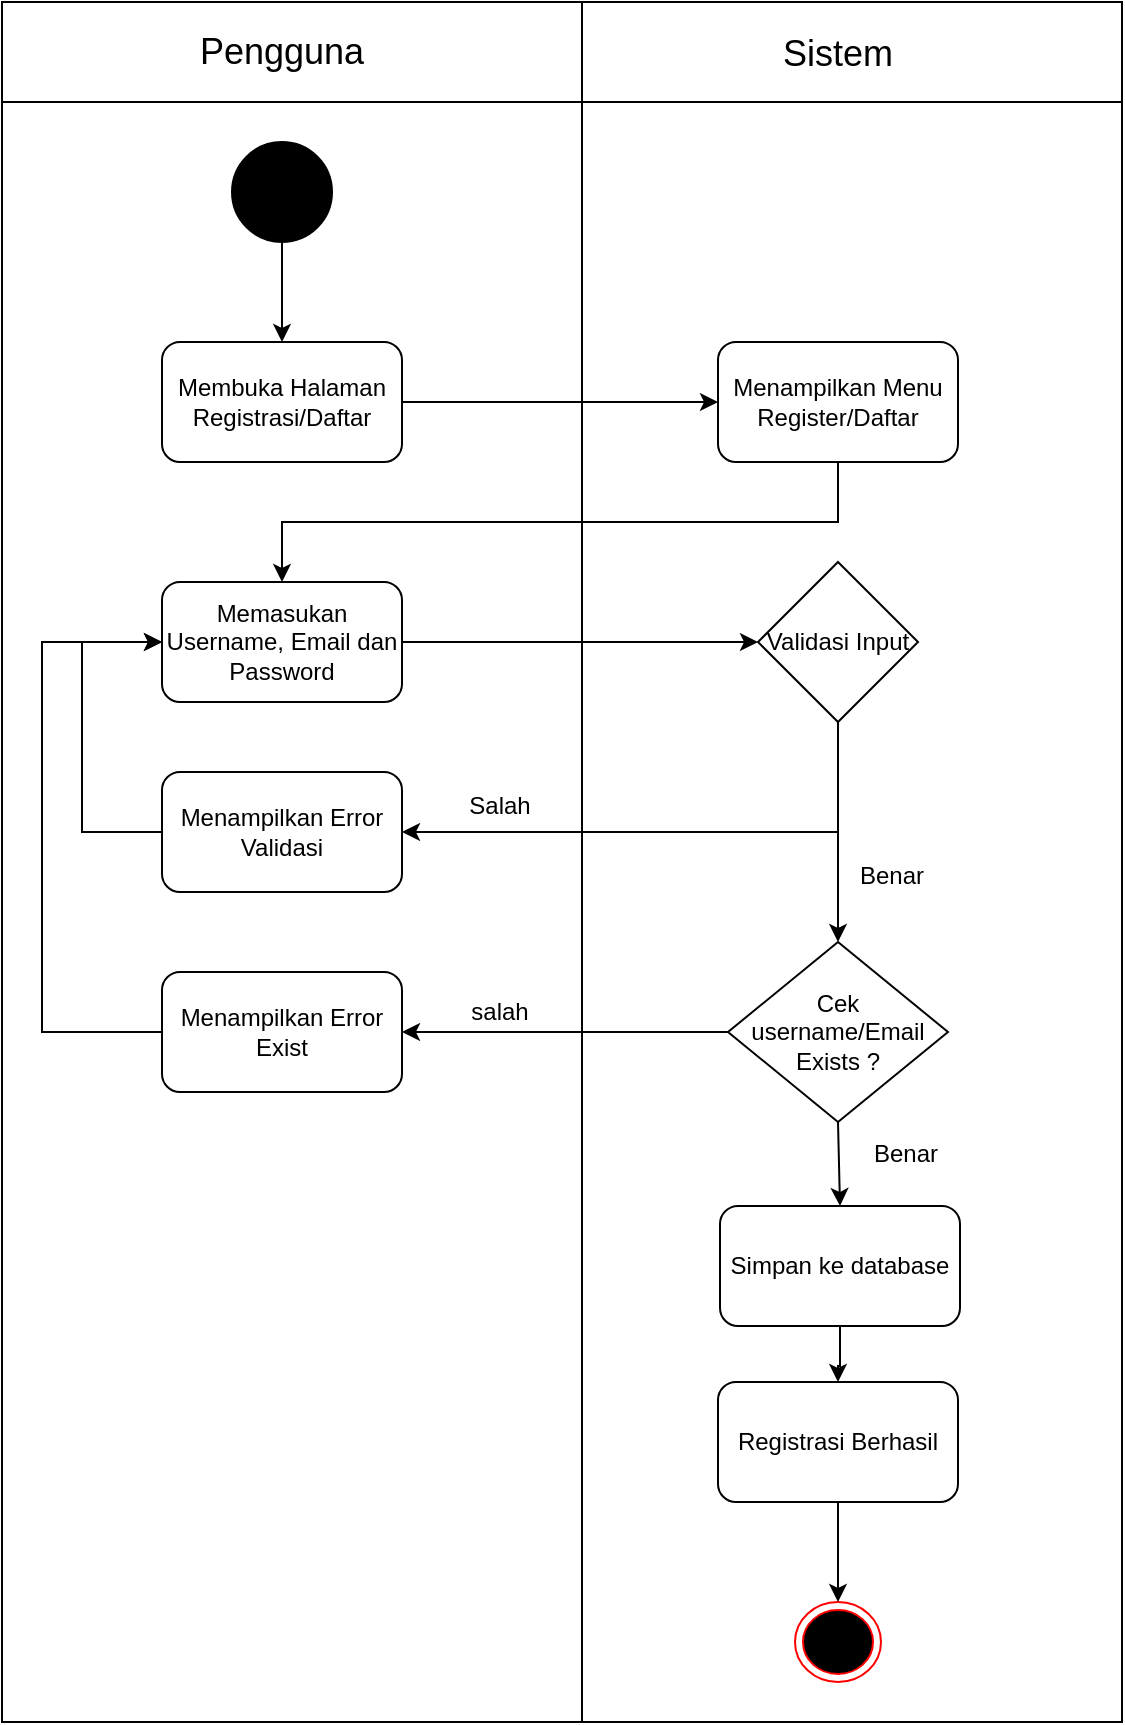
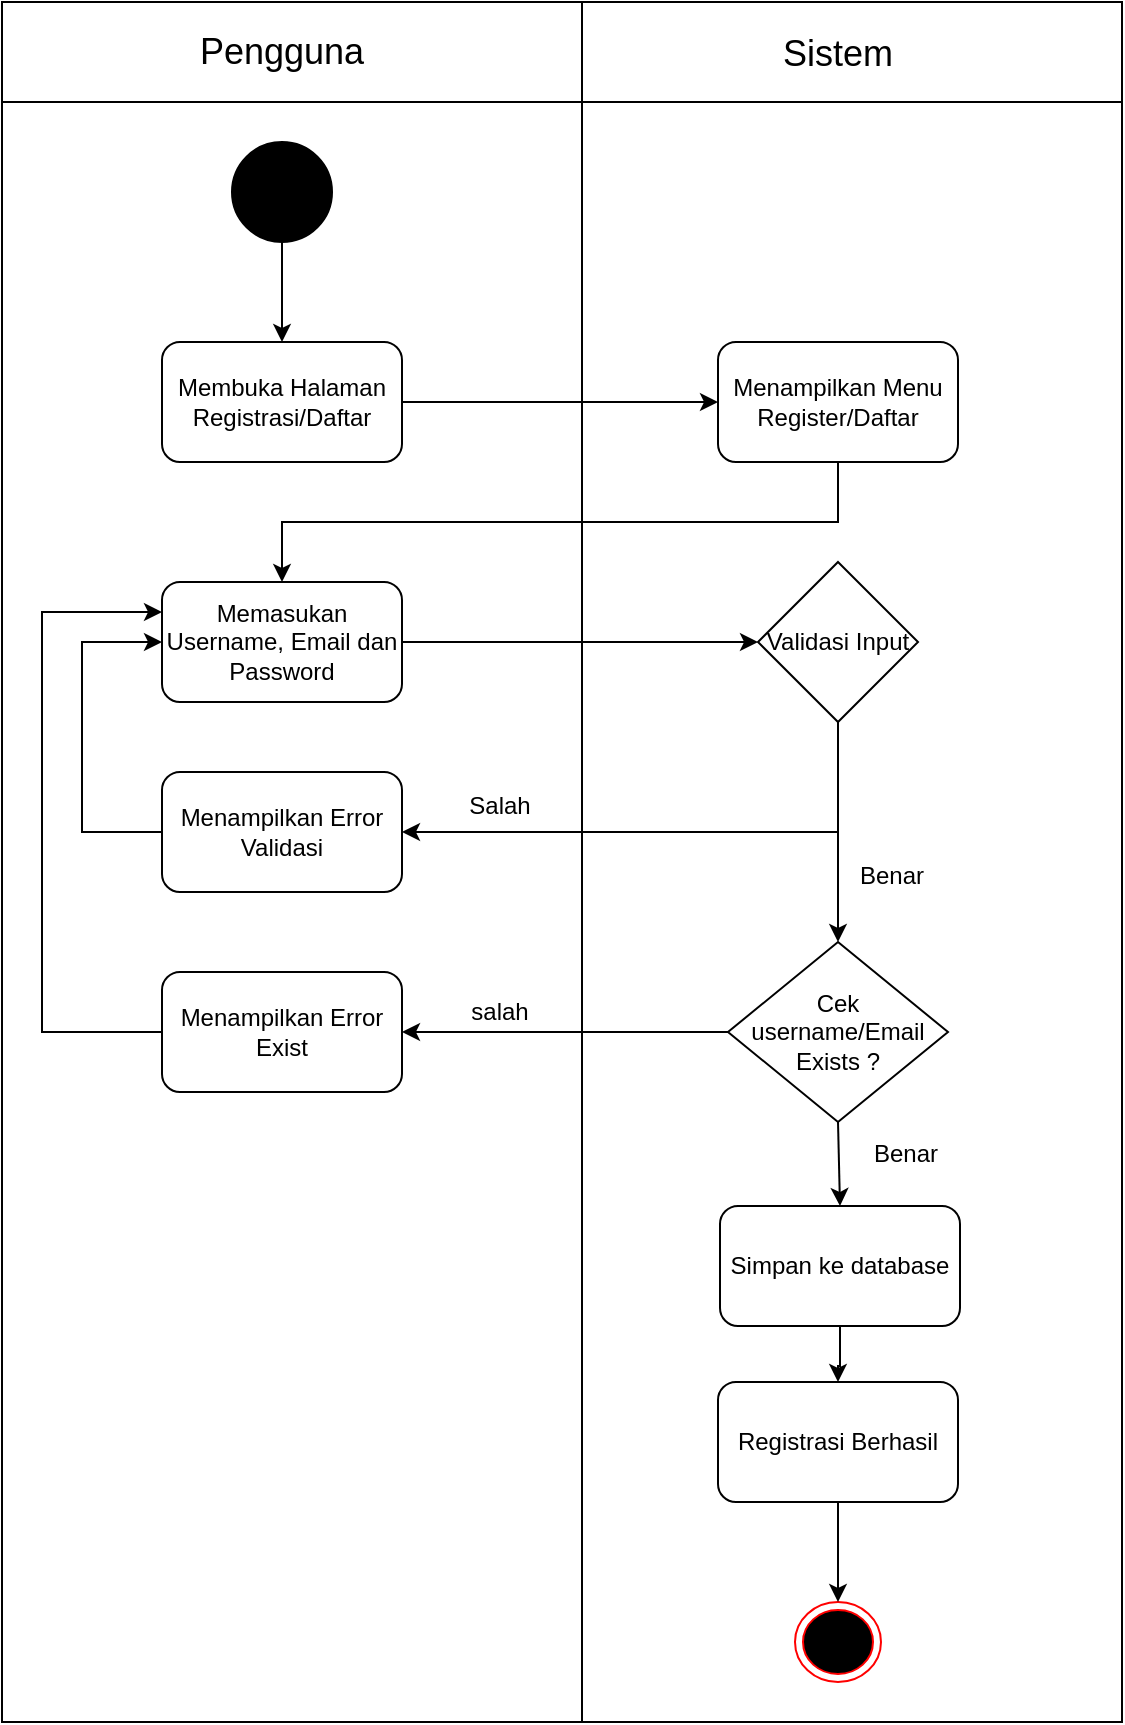
<mxfile host="65bd71144e">
    <diagram id="kEL7M0PXlytdhJxPXJM-" name="Page-1">
-         <mxGraphModel dx="1360" dy="688" grid="1" gridSize="10" guides="1" tooltips="1" connect="1" arrows="1" fold="1" page="1" pageScale="1" pageWidth="850" pageHeight="1100" math="0" shadow="0">
+         <mxGraphModel dx="792" dy="797" grid="1" gridSize="10" guides="1" tooltips="1" connect="1" arrows="1" fold="1" page="1" pageScale="1" pageWidth="850" pageHeight="1100" math="0" shadow="0">
            <root>
                <mxCell id="0"/>
                <mxCell id="1" parent="0"/>
                <mxCell id="2" value="" style="shape=internalStorage;whiteSpace=wrap;html=1;backgroundOutline=1;dx=290;dy=50;" parent="1" vertex="1">
                    <mxGeometry x="190" y="110" width="560" height="860" as="geometry"/>
                </mxCell>
-                 <mxCell id="50" value="Pengguna" style="text;html=1;whiteSpace=wrap;strokeColor=none;fillColor=none;align=center;verticalAlign=middle;rounded=0;fontSize=18;" vertex="1" parent="1">
+                 <mxCell id="50" value="Pengguna" style="text;html=1;whiteSpace=wrap;strokeColor=none;fillColor=none;align=center;verticalAlign=middle;rounded=0;fontSize=18;" parent="1" vertex="1">
                    <mxGeometry x="300" y="120" width="60" height="30" as="geometry"/>
                </mxCell>
-                 <mxCell id="51" value="Sistem" style="text;html=1;whiteSpace=wrap;strokeColor=none;fillColor=none;align=center;verticalAlign=middle;rounded=0;fontSize=18;" vertex="1" parent="1">
+                 <mxCell id="51" value="Sistem" style="text;html=1;whiteSpace=wrap;strokeColor=none;fillColor=none;align=center;verticalAlign=middle;rounded=0;fontSize=18;" parent="1" vertex="1">
                    <mxGeometry x="578" y="121" width="60" height="30" as="geometry"/>
                </mxCell>
-                 <mxCell id="52" value="" style="ellipse;whiteSpace=wrap;html=1;aspect=fixed;strokeColor=light-dark(#000000,#000000);fillColor=#000000;fillStyle=auto;" vertex="1" parent="1">
+                 <mxCell id="52" value="" style="ellipse;whiteSpace=wrap;html=1;aspect=fixed;strokeColor=light-dark(#000000,#000000);fillColor=#000000;fillStyle=auto;" parent="1" vertex="1">
                    <mxGeometry x="305" y="180" width="50" height="50" as="geometry"/>
                </mxCell>
-                 <mxCell id="53" value="" style="endArrow=classic;html=1;rounded=0;exitX=0.5;exitY=1;exitDx=0;exitDy=0;entryX=0.5;entryY=0;entryDx=0;entryDy=0;" edge="1" parent="1" source="52" target="54">
+                 <mxCell id="53" value="" style="endArrow=classic;html=1;rounded=0;exitX=0.5;exitY=1;exitDx=0;exitDy=0;entryX=0.5;entryY=0;entryDx=0;entryDy=0;" parent="1" source="52" target="54" edge="1">
                    <mxGeometry width="50" height="50" relative="1" as="geometry">
                        <mxPoint x="410" y="450" as="sourcePoint"/>
                        <mxPoint x="460" y="400" as="targetPoint"/>
                    </mxGeometry>
                </mxCell>
-                 <mxCell id="54" value="Membuka Halaman Registrasi/Daftar" style="rounded=1;whiteSpace=wrap;html=1;" vertex="1" parent="1">
+                 <mxCell id="54" value="Membuka Halaman Registrasi/Daftar" style="rounded=1;whiteSpace=wrap;html=1;" parent="1" vertex="1">
                    <mxGeometry x="270" y="280" width="120" height="60" as="geometry"/>
                </mxCell>
-                 <mxCell id="55" value="Menampilkan Menu Register/Daftar" style="rounded=1;whiteSpace=wrap;html=1;" vertex="1" parent="1">
+                 <mxCell id="55" value="Menampilkan Menu Register/Daftar" style="rounded=1;whiteSpace=wrap;html=1;" parent="1" vertex="1">
                    <mxGeometry x="548" y="280" width="120" height="60" as="geometry"/>
                </mxCell>
-                 <mxCell id="56" value="Memasukan Username, Email dan Password" style="rounded=1;whiteSpace=wrap;html=1;" vertex="1" parent="1">
+                 <mxCell id="56" value="Memasukan Username, Email dan Password" style="rounded=1;whiteSpace=wrap;html=1;" parent="1" vertex="1">
                    <mxGeometry x="270" y="400" width="120" height="60" as="geometry"/>
                </mxCell>
-                 <mxCell id="57" value="" style="endArrow=classic;html=1;rounded=0;exitX=1;exitY=0.5;exitDx=0;exitDy=0;entryX=0;entryY=0.5;entryDx=0;entryDy=0;" edge="1" parent="1" source="54" target="55">
+                 <mxCell id="57" value="" style="endArrow=classic;html=1;rounded=0;exitX=1;exitY=0.5;exitDx=0;exitDy=0;entryX=0;entryY=0.5;entryDx=0;entryDy=0;" parent="1" source="54" target="55" edge="1">
                    <mxGeometry width="50" height="50" relative="1" as="geometry">
                        <mxPoint x="410" y="440" as="sourcePoint"/>
                        <mxPoint x="460" y="390" as="targetPoint"/>
                    </mxGeometry>
                </mxCell>
-                 <mxCell id="58" value="" style="endArrow=classic;html=1;rounded=0;exitX=0.5;exitY=1;exitDx=0;exitDy=0;entryX=0.5;entryY=0;entryDx=0;entryDy=0;" edge="1" parent="1" source="55" target="56">
+                 <mxCell id="58" value="" style="endArrow=classic;html=1;rounded=0;exitX=0.5;exitY=1;exitDx=0;exitDy=0;entryX=0.5;entryY=0;entryDx=0;entryDy=0;" parent="1" source="55" target="56" edge="1">
                    <mxGeometry width="50" height="50" relative="1" as="geometry">
                        <Array as="points">
                            <mxPoint x="608" y="370"/>
                            <mxPoint x="480" y="370"/>
                            <mxPoint x="330" y="370"/>
                        </Array>
                        <mxPoint x="410" y="420" as="sourcePoint"/>
                        <mxPoint x="460" y="370" as="targetPoint"/>
                    </mxGeometry>
                </mxCell>
-                 <mxCell id="59" value="" style="endArrow=classic;html=1;rounded=0;exitX=1;exitY=0.5;exitDx=0;exitDy=0;entryX=0;entryY=0.5;entryDx=0;entryDy=0;" edge="1" parent="1" source="56" target="60">
+                 <mxCell id="59" value="" style="endArrow=classic;html=1;rounded=0;exitX=1;exitY=0.5;exitDx=0;exitDy=0;entryX=0;entryY=0.5;entryDx=0;entryDy=0;" parent="1" source="56" target="60" edge="1">
                    <mxGeometry width="50" height="50" relative="1" as="geometry">
                        <mxPoint x="410" y="420" as="sourcePoint"/>
                        <mxPoint x="540" y="431" as="targetPoint"/>
                    </mxGeometry>
                </mxCell>
-                 <mxCell id="60" value="Validasi Input" style="rhombus;whiteSpace=wrap;html=1;" vertex="1" parent="1">
+                 <mxCell id="60" value="Validasi Input" style="rhombus;whiteSpace=wrap;html=1;" parent="1" vertex="1">
                    <mxGeometry x="568" y="390" width="80" height="80" as="geometry"/>
                </mxCell>
-                 <mxCell id="61" value="Salah" style="text;html=1;whiteSpace=wrap;strokeColor=none;fillColor=none;align=center;verticalAlign=middle;rounded=0;" vertex="1" parent="1">
+                 <mxCell id="61" value="Salah" style="text;html=1;whiteSpace=wrap;strokeColor=none;fillColor=none;align=center;verticalAlign=middle;rounded=0;" parent="1" vertex="1">
                    <mxGeometry x="340" y="510" width="60" height="30" as="geometry"/>
                </mxCell>
-                 <mxCell id="62" value="Registrasi Berhasil" style="rounded=1;whiteSpace=wrap;html=1;" vertex="1" parent="1">
+                 <mxCell id="62" value="Registrasi Berhasil" style="rounded=1;whiteSpace=wrap;html=1;" parent="1" vertex="1">
                    <mxGeometry x="548" y="800" width="120" height="60" as="geometry"/>
                </mxCell>
-                 <mxCell id="63" value="" style="ellipse;html=1;shape=endState;fillColor=#000000;strokeColor=#ff0000;" vertex="1" parent="1">
+                 <mxCell id="63" value="" style="ellipse;html=1;shape=endState;fillColor=#000000;strokeColor=#ff0000;" parent="1" vertex="1">
                    <mxGeometry x="586.5" y="910" width="43" height="40" as="geometry"/>
                </mxCell>
-                 <mxCell id="64" value="" style="endArrow=classic;html=1;rounded=0;entryX=0.5;entryY=0;entryDx=0;entryDy=0;exitX=0.5;exitY=1;exitDx=0;exitDy=0;" edge="1" parent="1" source="62" target="63">
+                 <mxCell id="64" value="" style="endArrow=classic;html=1;rounded=0;entryX=0.5;entryY=0;entryDx=0;entryDy=0;exitX=0.5;exitY=1;exitDx=0;exitDy=0;" parent="1" source="62" target="63" edge="1">
                    <mxGeometry width="50" height="50" relative="1" as="geometry">
                        <mxPoint x="410" y="610" as="sourcePoint"/>
                        <mxPoint x="460" y="560" as="targetPoint"/>
                    </mxGeometry>
                </mxCell>
-                 <mxCell id="65" value="Menampilkan Error Validasi" style="rounded=1;whiteSpace=wrap;html=1;" vertex="1" parent="1">
+                 <mxCell id="65" value="Menampilkan Error Validasi" style="rounded=1;whiteSpace=wrap;html=1;" parent="1" vertex="1">
                    <mxGeometry x="270" y="495" width="120" height="60" as="geometry"/>
                </mxCell>
-                 <mxCell id="66" value="" style="endArrow=classic;html=1;rounded=0;exitX=0.5;exitY=1;exitDx=0;exitDy=0;entryX=1;entryY=0.5;entryDx=0;entryDy=0;" edge="1" parent="1" source="60" target="65">
+                 <mxCell id="66" value="" style="endArrow=classic;html=1;rounded=0;exitX=0.5;exitY=1;exitDx=0;exitDy=0;entryX=1;entryY=0.5;entryDx=0;entryDy=0;" parent="1" source="60" target="65" edge="1">
                    <mxGeometry width="50" height="50" relative="1" as="geometry">
                        <Array as="points">
                            <mxPoint x="608" y="525"/>
                        </Array>
                        <mxPoint x="410" y="450" as="sourcePoint"/>
                        <mxPoint x="460" y="400" as="targetPoint"/>
                    </mxGeometry>
                </mxCell>
-                 <mxCell id="67" value="" style="endArrow=classic;html=1;rounded=0;exitX=0;exitY=0.5;exitDx=0;exitDy=0;entryX=0;entryY=0.5;entryDx=0;entryDy=0;" edge="1" parent="1" source="65" target="56">
+                 <mxCell id="67" value="" style="endArrow=classic;html=1;rounded=0;exitX=0;exitY=0.5;exitDx=0;exitDy=0;entryX=0;entryY=0.5;entryDx=0;entryDy=0;" parent="1" source="65" target="56" edge="1">
                    <mxGeometry width="50" height="50" relative="1" as="geometry">
                        <Array as="points">
                            <mxPoint x="230" y="525"/>
                            <mxPoint x="230" y="430"/>
                        </Array>
                        <mxPoint x="410" y="450" as="sourcePoint"/>
                        <mxPoint x="460" y="400" as="targetPoint"/>
                    </mxGeometry>
                </mxCell>
-                 <mxCell id="68" value="Cek username/Email Exists ?" style="rhombus;whiteSpace=wrap;html=1;" vertex="1" parent="1">
+                 <mxCell id="68" value="Cek username/Email Exists ?" style="rhombus;whiteSpace=wrap;html=1;" parent="1" vertex="1">
                    <mxGeometry x="553" y="580" width="110" height="90" as="geometry"/>
                </mxCell>
-                 <mxCell id="69" value="Salah" style="text;html=1;whiteSpace=wrap;strokeColor=none;fillColor=none;align=center;verticalAlign=middle;rounded=0;" vertex="1" parent="1">
+                 <mxCell id="69" value="Salah" style="text;html=1;whiteSpace=wrap;strokeColor=none;fillColor=none;align=center;verticalAlign=middle;rounded=0;" parent="1" vertex="1">
                    <mxGeometry x="409" y="497" width="60" height="30" as="geometry"/>
                </mxCell>
-                 <mxCell id="70" value="" style="endArrow=classic;html=1;rounded=0;entryX=0.5;entryY=0;entryDx=0;entryDy=0;" edge="1" parent="1" target="68">
+                 <mxCell id="70" value="" style="endArrow=classic;html=1;rounded=0;entryX=0.5;entryY=0;entryDx=0;entryDy=0;" parent="1" target="68" edge="1">
                    <mxGeometry width="50" height="50" relative="1" as="geometry">
                        <mxPoint x="608" y="470" as="sourcePoint"/>
                        <mxPoint x="460" y="400" as="targetPoint"/>
                    </mxGeometry>
                </mxCell>
-                 <mxCell id="71" value="Benar" style="text;html=1;whiteSpace=wrap;strokeColor=none;fillColor=none;align=center;verticalAlign=middle;rounded=0;" vertex="1" parent="1">
+                 <mxCell id="71" value="Benar" style="text;html=1;whiteSpace=wrap;strokeColor=none;fillColor=none;align=center;verticalAlign=middle;rounded=0;" parent="1" vertex="1">
                    <mxGeometry x="605" y="532" width="60" height="30" as="geometry"/>
                </mxCell>
-                 <mxCell id="72" value="Menampilkan Error Exist" style="rounded=1;whiteSpace=wrap;html=1;" vertex="1" parent="1">
+                 <mxCell id="72" value="Menampilkan Error Exist" style="rounded=1;whiteSpace=wrap;html=1;" parent="1" vertex="1">
                    <mxGeometry x="270" y="595" width="120" height="60" as="geometry"/>
                </mxCell>
-                 <mxCell id="73" value="" style="endArrow=classic;html=1;rounded=0;exitX=0;exitY=0.5;exitDx=0;exitDy=0;entryX=1;entryY=0.5;entryDx=0;entryDy=0;" edge="1" parent="1" source="68" target="72">
+                 <mxCell id="73" value="" style="endArrow=classic;html=1;rounded=0;exitX=0;exitY=0.5;exitDx=0;exitDy=0;entryX=1;entryY=0.5;entryDx=0;entryDy=0;" parent="1" source="68" target="72" edge="1">
                    <mxGeometry width="50" height="50" relative="1" as="geometry">
                        <mxPoint x="410" y="430" as="sourcePoint"/>
                        <mxPoint x="460" y="380" as="targetPoint"/>
                    </mxGeometry>
                </mxCell>
-                 <mxCell id="74" value="" style="endArrow=classic;html=1;rounded=0;exitX=0;exitY=0.5;exitDx=0;exitDy=0;entryX=0;entryY=0.5;entryDx=0;entryDy=0;" edge="1" parent="1" source="72" target="56">
+                 <mxCell id="74" value="" style="endArrow=classic;html=1;rounded=0;exitX=0;exitY=0.5;exitDx=0;exitDy=0;entryX=0;entryY=0.25;entryDx=0;entryDy=0;" parent="1" source="72" target="56" edge="1">
                    <mxGeometry width="50" height="50" relative="1" as="geometry">
                        <Array as="points">
                            <mxPoint x="210" y="625"/>
                            <mxPoint x="210" y="430"/>
+                             <mxPoint x="210" y="415"/>
                        </Array>
                        <mxPoint x="250" y="637.5" as="sourcePoint"/>
                        <mxPoint x="250" y="442.5" as="targetPoint"/>
                    </mxGeometry>
                </mxCell>
-                 <mxCell id="75" value="" style="edgeStyle=orthogonalEdgeStyle;rounded=0;orthogonalLoop=1;jettySize=auto;html=1;" edge="1" parent="1" source="76" target="62">
+                 <mxCell id="75" value="" style="edgeStyle=orthogonalEdgeStyle;rounded=0;orthogonalLoop=1;jettySize=auto;html=1;" parent="1" source="76" target="62" edge="1">
                    <mxGeometry relative="1" as="geometry"/>
                </mxCell>
-                 <mxCell id="76" value="Simpan ke database" style="rounded=1;whiteSpace=wrap;html=1;" vertex="1" parent="1">
+                 <mxCell id="76" value="Simpan ke database" style="rounded=1;whiteSpace=wrap;html=1;" parent="1" vertex="1">
                    <mxGeometry x="549" y="712" width="120" height="60" as="geometry"/>
                </mxCell>
-                 <mxCell id="77" value="" style="endArrow=classic;html=1;rounded=0;entryX=0.5;entryY=0;entryDx=0;entryDy=0;exitX=0.5;exitY=1;exitDx=0;exitDy=0;" edge="1" parent="1" source="68" target="76">
+                 <mxCell id="77" value="" style="endArrow=classic;html=1;rounded=0;entryX=0.5;entryY=0;entryDx=0;entryDy=0;exitX=0.5;exitY=1;exitDx=0;exitDy=0;" parent="1" source="68" target="76" edge="1">
                    <mxGeometry width="50" height="50" relative="1" as="geometry">
                        <mxPoint x="440" y="770" as="sourcePoint"/>
                        <mxPoint x="490" y="720" as="targetPoint"/>
                    </mxGeometry>
                </mxCell>
-                 <mxCell id="78" value="salah" style="text;html=1;strokeColor=none;fillColor=none;align=center;verticalAlign=middle;whiteSpace=wrap;rounded=0;" vertex="1" parent="1">
+                 <mxCell id="78" value="salah" style="text;html=1;strokeColor=none;fillColor=none;align=center;verticalAlign=middle;whiteSpace=wrap;rounded=0;" parent="1" vertex="1">
                    <mxGeometry x="409" y="600" width="60" height="30" as="geometry"/>
                </mxCell>
-                 <mxCell id="82" value="Benar" style="text;html=1;strokeColor=none;fillColor=none;align=center;verticalAlign=middle;whiteSpace=wrap;rounded=0;" vertex="1" parent="1">
+                 <mxCell id="82" value="Benar" style="text;html=1;strokeColor=none;fillColor=none;align=center;verticalAlign=middle;whiteSpace=wrap;rounded=0;" parent="1" vertex="1">
                    <mxGeometry x="612" y="671" width="60" height="30" as="geometry"/>
                </mxCell>
            </root>
        </mxGraphModel>
    </diagram>
</mxfile>